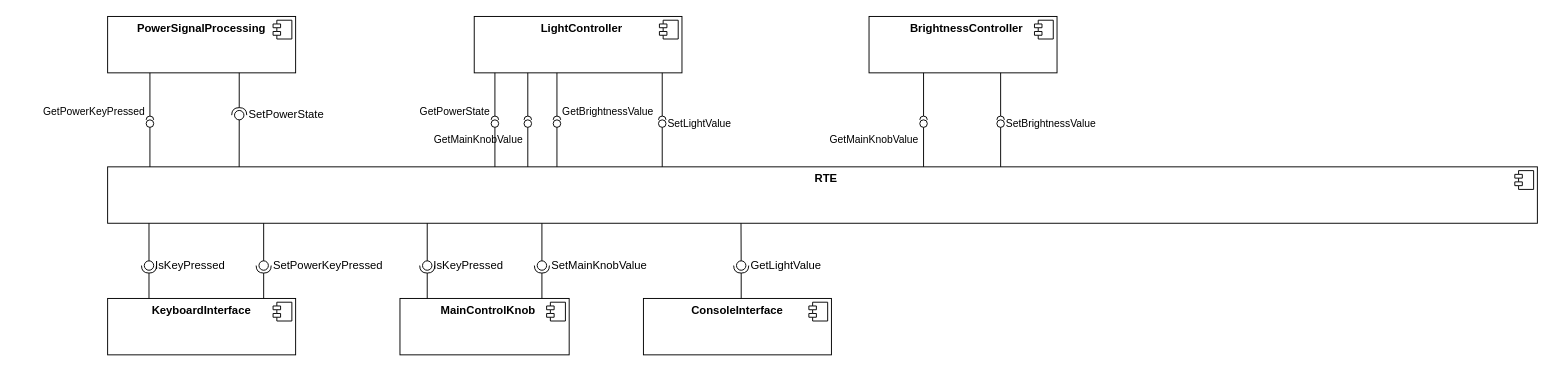
Before: page "SW Architecture" (2 of 2) of doc/software_architecture/_figures/spled.drawio in cuinixam/SPLed, a draw.io diagram. Source tidied: cells renumbered, new cells numbered last; positions are measured from the earlier drawing's top-left corner, leaving out a move shared by most shapes. Both pictures are drawn from the tidied source at 94%, with x=0, y=0 at pixel (107, 16).
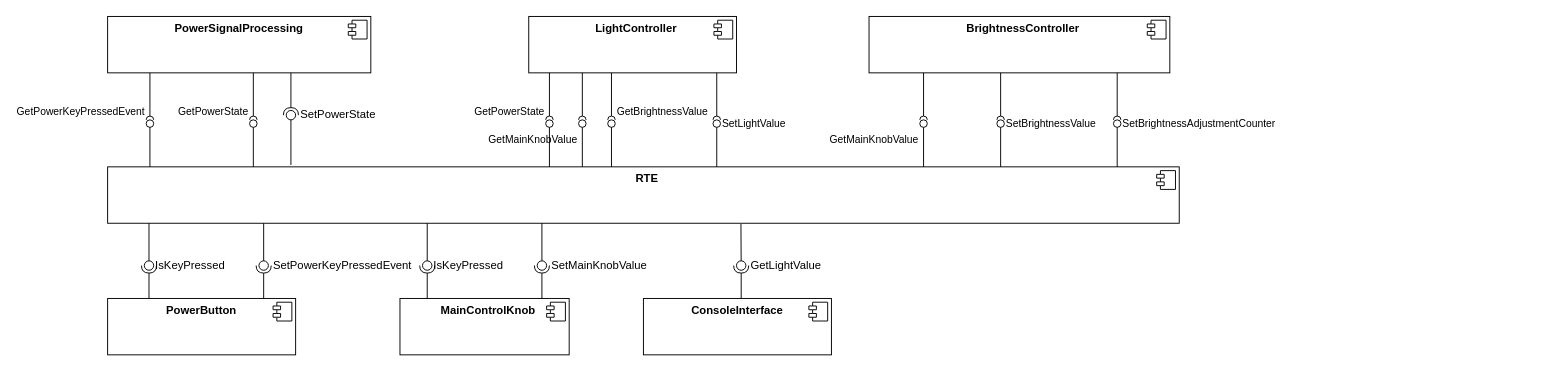
The same diagram, later.

Commit message (it also covers changes not shown here):
chore: update spled architecture component diagram

The change refers to these unchanged cells:
```xml
<mxCell id="23" value="&amp;nbsp;GetLightValue" style="ellipse;whiteSpace=wrap;html=1;align=left;fillColor=none;strokeColor=none;perimeter=centerPerimeter;points=[];outlineConnect=1;labelPosition=right;verticalLabelPosition=middle;verticalAlign=middle;" parent="1" vertex="1">
  <mxGeometry x="669" y="260" width="10" height="10" as="geometry" />
</mxCell>
```

Change to the diagram source:
```diff
@@
     <mxCell id="2" value="&lt;p style=&quot;margin:0px;margin-top:6px;text-align:center;&quot;&gt;&lt;b&gt;PowerSignalProcessing&lt;/b&gt;&lt;/p&gt;" style="align=left;overflow=fill;html=1;whiteSpace=wrap;" parent="1" vertex="1">
-      <mxGeometry width="200" height="60" as="geometry" />
+      <mxGeometry width="280" height="60" as="geometry" />
     </mxCell>
@@
     <mxCell id="4" value="&lt;p style=&quot;margin: 6px 0px 0px;&quot;&gt;&lt;/p&gt;&lt;p style=&quot;margin:0px;margin-left:8px;&quot;&gt;&lt;b&gt;LightController&lt;/b&gt;&lt;/p&gt;" style="align=center;overflow=fill;html=1;whiteSpace=wrap;" parent="1" vertex="1">
-      <mxGeometry x="390" width="221" height="60" as="geometry" />
+      <mxGeometry x="448" width="221" height="60" as="geometry" />
     </mxCell>
@@
     <mxCell id="6" value="&lt;p style=&quot;margin: 6px 0px 0px;&quot;&gt;&lt;/p&gt;&lt;p style=&quot;margin:0px;margin-left:8px;&quot;&gt;&lt;b&gt;RTE&lt;/b&gt;&lt;/p&gt;" style="align=center;overflow=fill;html=1;whiteSpace=wrap;" parent="1" vertex="1">
-      <mxGeometry y="160" width="1521" height="60" as="geometry" />
+      <mxGeometry y="160" width="1140" height="60" as="geometry" />
     </mxCell>
@@
     <mxCell id="8" style="endArrow=none;html=1;rounded=0;align=center;verticalAlign=top;endFill=0;labelBackgroundColor=none;endSize=2;exitX=0.13;exitY=-0.002;exitDx=0;exitDy=0;exitPerimeter=0;" parent="1" edge="1" target="9">
       <mxGeometry relative="1" as="geometry">
-        <mxPoint x="412" y="160" as="sourcePoint" />
+        <mxPoint x="470" y="160" as="sourcePoint" />
       </mxGeometry>
     </mxCell>
     <mxCell id="9" value="GetPowerState" style="ellipse;html=1;fontSize=11;align=right;fillColor=none;points=[];verticalAlign=bottom;labelPosition=left;verticalLabelPosition=top;flipH=1;" parent="1" vertex="1">
-      <mxGeometry x="408" y="110" width="8" height="8" as="geometry" />
+      <mxGeometry x="466" y="110" width="8" height="8" as="geometry" />
     </mxCell>
     <mxCell id="10" style="html=1;verticalAlign=bottom;labelBackgroundColor=none;startArrow=halfCircle;startFill=0;startSize=2;endArrow=none;rounded=0;entryX=0.5;entryY=1;entryDx=0;entryDy=0;" parent="1" edge="1">
       <mxGeometry x="-1" y="3" relative="1" as="geometry">
-        <mxPoint x="412" y="110" as="sourcePoint" />
-        <mxPoint x="412" y="60" as="targetPoint" />
+        <mxPoint x="470" y="110" as="sourcePoint" />
+        <mxPoint x="470" y="60" as="targetPoint" />
       </mxGeometry>
     </mxCell>
     <mxCell id="11" style="endArrow=none;html=1;rounded=0;align=center;verticalAlign=top;endFill=0;labelBackgroundColor=none;endSize=2;exitX=0.13;exitY=-0.002;exitDx=0;exitDy=0;exitPerimeter=0;" parent="1" edge="1" target="12">
       <mxGeometry relative="1" as="geometry">
-        <mxPoint x="590" y="160" as="sourcePoint" />
+        <mxPoint x="648" y="160" as="sourcePoint" />
       </mxGeometry>
     </mxCell>
     <mxCell id="12" value="SetLightValue" style="ellipse;html=1;fontSize=11;align=left;fillColor=none;points=[];verticalAlign=middle;labelPosition=right;verticalLabelPosition=middle;flipH=1;" parent="1" vertex="1">
-      <mxGeometry x="586" y="110" width="8" height="8" as="geometry" />
+      <mxGeometry x="644" y="110" width="8" height="8" as="geometry" />
     </mxCell>
     <mxCell id="13" style="html=1;verticalAlign=bottom;labelBackgroundColor=none;startArrow=halfCircle;startFill=0;startSize=2;endArrow=none;rounded=0;entryX=0.5;entryY=1;entryDx=0;entryDy=0;" parent="1" edge="1">
       <mxGeometry x="-1" y="3" relative="1" as="geometry">
-        <mxPoint x="590" y="110" as="sourcePoint" />
-        <mxPoint x="590" y="60" as="targetPoint" />
+        <mxPoint x="648" y="110" as="sourcePoint" />
+        <mxPoint x="648" y="60" as="targetPoint" />
       </mxGeometry>
     </mxCell>
-    <mxCell id="14" value="&lt;p style=&quot;margin:0px;margin-top:6px;text-align:center;&quot;&gt;&lt;b&gt;KeyboardInterface&lt;/b&gt;&lt;/p&gt;" style="align=left;overflow=fill;html=1;whiteSpace=wrap;" parent="1" vertex="1">
+    <mxCell id="14" value="&lt;p style=&quot;margin:0px;margin-top:6px;text-align:center;&quot;&gt;&lt;b&gt;PowerButton&lt;/b&gt;&lt;/p&gt;" style="align=left;overflow=fill;html=1;whiteSpace=wrap;" parent="1" vertex="1">
       <mxGeometry y="300" width="200" height="60" as="geometry" />
     </mxCell>
@@
     <mxCell id="18" style="rounded=0;jettySize=auto;html=1;endArrow=halfCircle;endFill=0;endSize=6;strokeWidth=1;sketch=0;exitX=0.25;exitY=1;exitDx=0;exitDy=0;" parent="1" edge="1" target="20">
       <mxGeometry relative="1" as="geometry">
-        <mxPoint x="140" y="60" as="sourcePoint" />
+        <mxPoint x="195" y="60" as="sourcePoint" />
       </mxGeometry>
     </mxCell>
-    <mxCell id="19" style="rounded=0;jettySize=auto;html=1;endArrow=oval;endFill=0;sketch=0;sourcePerimeterSpacing=0;targetPerimeterSpacing=0;endSize=10;exitX=0.092;exitY=0;exitDx=0;exitDy=0;exitPerimeter=0;" parent="1" edge="1" source="6" target="20">
-      <mxGeometry relative="1" as="geometry" />
+    <mxCell id="19" style="rounded=0;jettySize=auto;html=1;endArrow=oval;endFill=0;sketch=0;sourcePerimeterSpacing=0;targetPerimeterSpacing=0;endSize=10;" parent="1" edge="1" target="20">
+      <mxGeometry relative="1" as="geometry">
+        <mxPoint x="195" y="158" as="sourcePoint" />
+      </mxGeometry>
     </mxCell>
     <mxCell id="20" value="&amp;nbsp;SetPowerState" style="ellipse;whiteSpace=wrap;html=1;align=left;fillColor=none;strokeColor=none;perimeter=centerPerimeter;points=[];outlineConnect=1;labelPosition=right;verticalLabelPosition=middle;verticalAlign=middle;" parent="1" vertex="1">
-      <mxGeometry x="135" y="100" width="10" height="10" as="geometry" />
+      <mxGeometry x="190" y="100" width="10" height="10" as="geometry" />
     </mxCell>
@@
-    <mxCell id="22" style="rounded=0;jettySize=auto;html=1;endArrow=oval;endFill=0;sketch=0;sourcePerimeterSpacing=0;targetPerimeterSpacing=0;endSize=10;exitX=0.443;exitY=1;exitDx=0;exitDy=0;exitPerimeter=0;" parent="1" edge="1" source="6" target="23">
+    <mxCell id="22" style="rounded=0;jettySize=auto;html=1;endArrow=oval;endFill=0;sketch=0;sourcePerimeterSpacing=0;targetPerimeterSpacing=0;endSize=10;exitX=0.591;exitY=1.012;exitDx=0;exitDy=0;exitPerimeter=0;" parent="1" edge="1" source="6" target="23">
       <mxGeometry relative="1" as="geometry" />
     </mxCell>
@@
     <mxCell id="24" style="endArrow=none;html=1;rounded=0;align=center;verticalAlign=top;endFill=0;labelBackgroundColor=none;endSize=2;exitX=0.13;exitY=-0.002;exitDx=0;exitDy=0;exitPerimeter=0;" parent="1" edge="1" target="25">
       <mxGeometry relative="1" as="geometry">
-        <mxPoint x="447" y="160" as="sourcePoint" />
+        <mxPoint x="505" y="160" as="sourcePoint" />
       </mxGeometry>
     </mxCell>
     <mxCell id="25" value="GetMainKnobValue" style="ellipse;html=1;fontSize=11;align=right;fillColor=none;points=[];verticalAlign=top;labelPosition=left;verticalLabelPosition=bottom;flipH=1;" parent="1" vertex="1">
-      <mxGeometry x="443" y="110" width="8" height="8" as="geometry" />
+      <mxGeometry x="501" y="110" width="8" height="8" as="geometry" />
     </mxCell>
     <mxCell id="26" style="html=1;verticalAlign=bottom;labelBackgroundColor=none;startArrow=halfCircle;startFill=0;startSize=2;endArrow=none;rounded=0;entryX=0.5;entryY=1;entryDx=0;entryDy=0;" parent="1" edge="1">
       <mxGeometry x="-1" y="3" relative="1" as="geometry">
-        <mxPoint x="447" y="110" as="sourcePoint" />
-        <mxPoint x="447" y="60" as="targetPoint" />
+        <mxPoint x="505" y="110" as="sourcePoint" />
+        <mxPoint x="505" y="60" as="targetPoint" />
       </mxGeometry>
     </mxCell>
@@
-    <mxCell id="28" value="GetPowerKeyPressed" style="ellipse;html=1;fontSize=11;align=right;fillColor=none;points=[];verticalAlign=bottom;labelPosition=left;verticalLabelPosition=top;flipH=1;" parent="1" vertex="1">
+    <mxCell id="28" value="GetPowerKeyPressedEvent" style="ellipse;html=1;fontSize=11;align=right;fillColor=none;points=[];verticalAlign=bottom;labelPosition=left;verticalLabelPosition=top;flipH=1;" parent="1" vertex="1">
       <mxGeometry x="41" y="110" width="8" height="8" as="geometry" />
     </mxCell>
@@
-    <mxCell id="35" value="&amp;nbsp;SetPowerKeyPressed" style="ellipse;whiteSpace=wrap;html=1;align=left;fillColor=none;strokeColor=none;perimeter=centerPerimeter;points=[];outlineConnect=1;labelPosition=right;verticalLabelPosition=middle;verticalAlign=middle;" parent="1" vertex="1">
+    <mxCell id="35" value="&amp;nbsp;SetPowerKeyPressedEvent" style="ellipse;whiteSpace=wrap;html=1;align=left;fillColor=none;strokeColor=none;perimeter=centerPerimeter;points=[];outlineConnect=1;labelPosition=right;verticalLabelPosition=middle;verticalAlign=middle;" parent="1" vertex="1">
       <mxGeometry x="161" y="260" width="10" height="10" as="geometry" />
     </mxCell>
@@
     <mxCell id="44" value="&lt;p style=&quot;margin: 6px 0px 0px;&quot;&gt;&lt;/p&gt;&lt;p style=&quot;margin:0px;margin-left:8px;&quot;&gt;&lt;b&gt;BrightnessController&lt;/b&gt;&lt;/p&gt;" style="align=center;overflow=fill;html=1;whiteSpace=wrap;" parent="1" vertex="1">
-      <mxGeometry x="810" width="200" height="60" as="geometry" />
+      <mxGeometry x="810" width="320" height="60" as="geometry" />
     </mxCell>
@@
     <mxCell id="52" style="endArrow=none;html=1;rounded=0;align=center;verticalAlign=top;endFill=0;labelBackgroundColor=none;endSize=2;exitX=0.13;exitY=-0.002;exitDx=0;exitDy=0;exitPerimeter=0;" parent="1" edge="1" target="53">
       <mxGeometry relative="1" as="geometry">
-        <mxPoint x="478" y="160" as="sourcePoint" />
+        <mxPoint x="536" y="160" as="sourcePoint" />
       </mxGeometry>
     </mxCell>
     <mxCell id="53" value="GetBrightnessValue" style="ellipse;html=1;fontSize=11;align=left;fillColor=none;points=[];verticalAlign=bottom;labelPosition=right;verticalLabelPosition=top;flipH=1;" parent="1" vertex="1">
-      <mxGeometry x="474" y="110" width="8" height="8" as="geometry" />
+      <mxGeometry x="532" y="110" width="8" height="8" as="geometry" />
     </mxCell>
     <mxCell id="54" style="html=1;verticalAlign=bottom;labelBackgroundColor=none;startArrow=halfCircle;startFill=0;startSize=2;endArrow=none;rounded=0;entryX=0.5;entryY=1;entryDx=0;entryDy=0;" parent="1" edge="1">
       <mxGeometry x="-1" y="3" relative="1" as="geometry">
-        <mxPoint x="478" y="110" as="sourcePoint" />
-        <mxPoint x="478" y="60" as="targetPoint" />
+        <mxPoint x="536" y="110" as="sourcePoint" />
+        <mxPoint x="536" y="60" as="targetPoint" />
       </mxGeometry>
     </mxCell>
+    <mxCell id="55" style="endArrow=none;html=1;rounded=0;align=center;verticalAlign=top;endFill=0;labelBackgroundColor=none;endSize=2;exitX=0.13;exitY=-0.002;exitDx=0;exitDy=0;exitPerimeter=0;" parent="1" edge="1" target="56">
+      <mxGeometry relative="1" as="geometry">
+        <mxPoint x="1074" y="160" as="sourcePoint" />
+      </mxGeometry>
+    </mxCell>
+    <mxCell id="56" value="SetBrightnessAdjustmentCounter" style="ellipse;html=1;fontSize=11;align=left;fillColor=none;points=[];verticalAlign=middle;labelPosition=right;verticalLabelPosition=middle;flipH=1;" parent="1" vertex="1">
+      <mxGeometry x="1070" y="110" width="8" height="8" as="geometry" />
+    </mxCell>
+    <mxCell id="57" style="html=1;verticalAlign=bottom;labelBackgroundColor=none;startArrow=halfCircle;startFill=0;startSize=2;endArrow=none;rounded=0;entryX=0.5;entryY=1;entryDx=0;entryDy=0;" parent="1" edge="1">
+      <mxGeometry x="-1" y="3" relative="1" as="geometry">
+        <mxPoint x="1074" y="110" as="sourcePoint" />
+        <mxPoint x="1074" y="60" as="targetPoint" />
+      </mxGeometry>
+    </mxCell>
+    <mxCell id="58" style="endArrow=none;html=1;rounded=0;align=center;verticalAlign=top;endFill=0;labelBackgroundColor=none;endSize=2;exitX=0.13;exitY=-0.002;exitDx=0;exitDy=0;exitPerimeter=0;" parent="1" edge="1" target="59">
+      <mxGeometry relative="1" as="geometry">
+        <mxPoint x="155" y="160" as="sourcePoint" />
+      </mxGeometry>
+    </mxCell>
+    <mxCell id="59" value="GetPowerState" style="ellipse;html=1;fontSize=11;align=right;fillColor=none;points=[];verticalAlign=bottom;labelPosition=left;verticalLabelPosition=top;flipH=1;" parent="1" vertex="1">
+      <mxGeometry x="151" y="110" width="8" height="8" as="geometry" />
+    </mxCell>
+    <mxCell id="60" style="html=1;verticalAlign=bottom;labelBackgroundColor=none;startArrow=halfCircle;startFill=0;startSize=2;endArrow=none;rounded=0;entryX=0.5;entryY=1;entryDx=0;entryDy=0;" parent="1" edge="1">
+      <mxGeometry x="-1" y="3" relative="1" as="geometry">
+        <mxPoint x="155" y="110" as="sourcePoint" />
+        <mxPoint x="155" y="60" as="targetPoint" />
+      </mxGeometry>
+    </mxCell>
```
